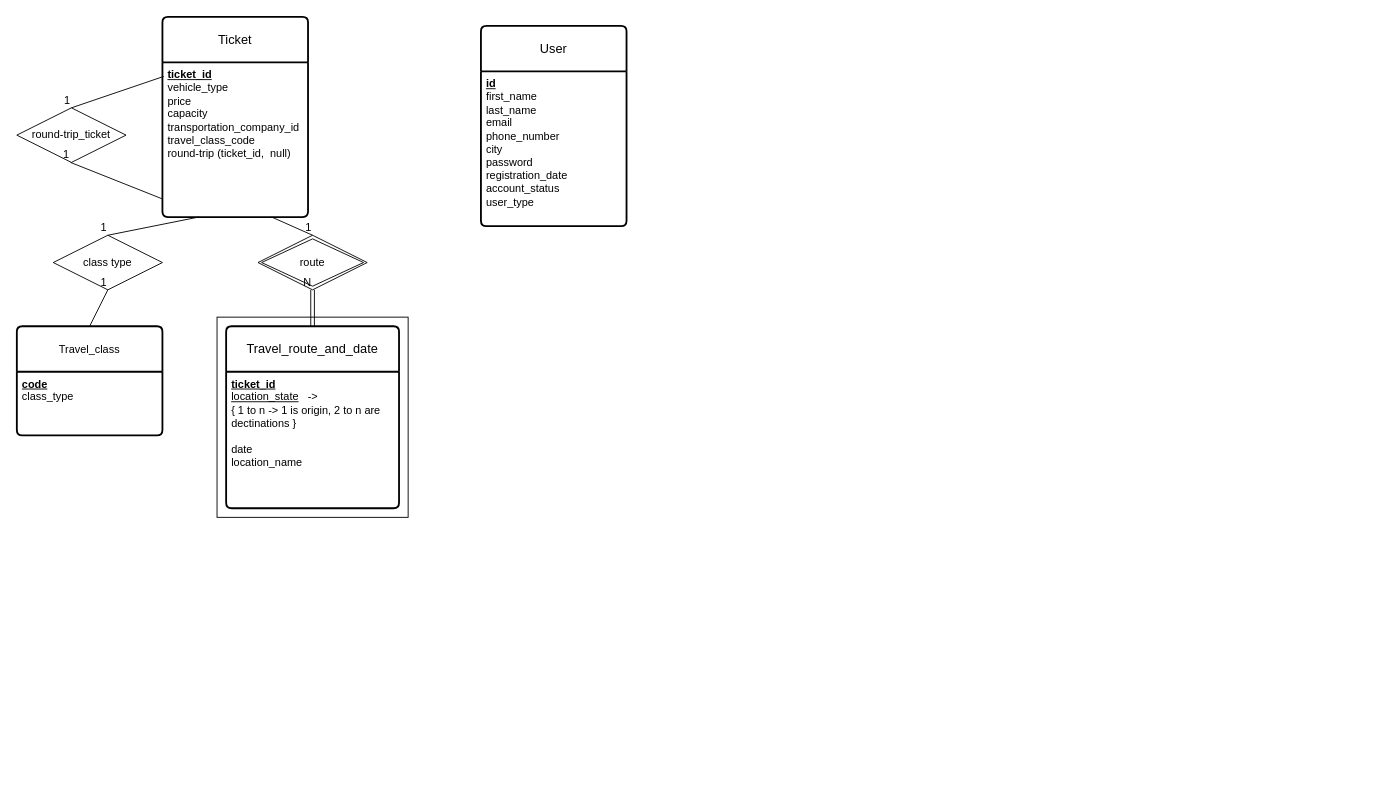
The draw.io diagram Phase_1/ER.drawio in p-ktz/Rah_Balad, before the edit. Source tidied: cells renumbered, new cells numbered last; positions are measured from the earlier drawing's top-left corner, leaving out a move shared by most shapes. Both pictures are drawn from the tidied source at 91%, with x=0, y=0 at pixel (16, 16).
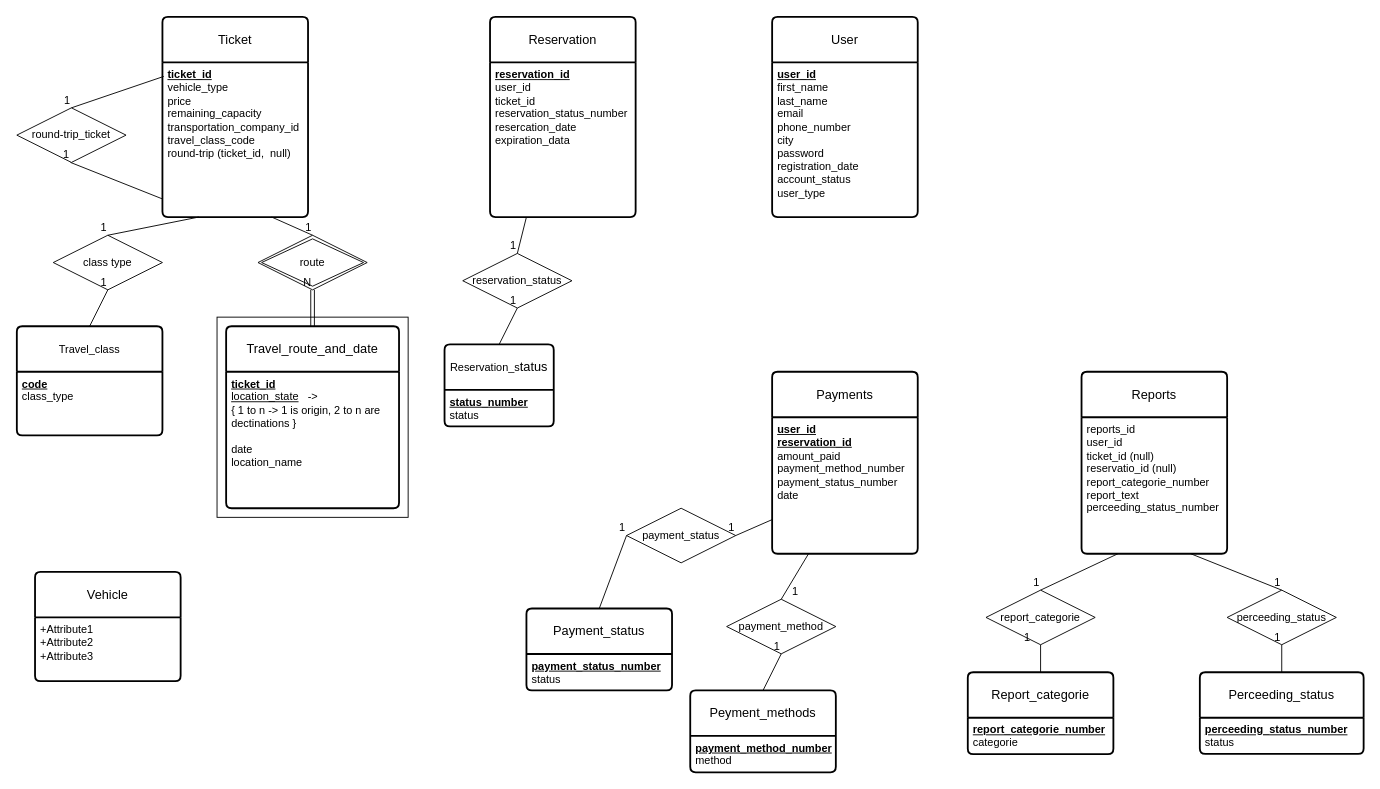
Above is the later version.

Commit message:
add reservation, payments, reports

The change refers to these unchanged cells:
```xml
<mxCell id="5" value="Ticket" style="swimlane;horizontal=1;startSize=50;rounded=1;fontSize=14;fontStyle=0;strokeWidth=2;shadow=0;dashed=0;align=center;arcSize=4;whiteSpace=wrap;html=1;" parent="1" vertex="1">
  <mxGeometry x="160" width="160" height="220" as="geometry" />
</mxCell>
```

Change to the diagram source:
```diff
@@
     <mxCell id="3" value="User" style="swimlane;horizontal=1;startSize=50;rounded=1;fontSize=14;fontStyle=0;strokeWidth=2;shadow=0;dashed=0;align=center;arcSize=4;whiteSpace=wrap;html=1;" parent="1" vertex="1">
-      <mxGeometry x="510" y="10" width="160" height="220" as="geometry" />
+      <mxGeometry x="830" width="160" height="220" as="geometry" />
     </mxCell>
-    <mxCell id="4" value="&lt;u&gt;&lt;b&gt;id&lt;/b&gt;&lt;/u&gt;&lt;div&gt;first_name&amp;nbsp;&lt;/div&gt;&lt;div&gt;last_name&amp;nbsp;&lt;/div&gt;&lt;div&gt;email&lt;/div&gt;&lt;div&gt;phone_number&lt;/div&gt;&lt;div&gt;city&lt;/div&gt;&lt;div&gt;password&lt;/div&gt;&lt;div&gt;registration_date&lt;/div&gt;&lt;div&gt;account_status&lt;/div&gt;&lt;div&gt;user_type&lt;/div&gt;" style="align=left;strokeColor=none;fillColor=none;spacingLeft=4;spacingRight=4;fontSize=12;verticalAlign=top;html=1;whiteSpace=wrap;" parent="3" vertex="1">
+    <mxCell id="4" value="&lt;u&gt;&lt;b&gt;user_id&lt;/b&gt;&lt;/u&gt;&lt;div&gt;first_name&amp;nbsp;&lt;/div&gt;&lt;div&gt;last_name&amp;nbsp;&lt;/div&gt;&lt;div&gt;email&lt;/div&gt;&lt;div&gt;phone_number&lt;/div&gt;&lt;div&gt;city&lt;/div&gt;&lt;div&gt;password&lt;/div&gt;&lt;div&gt;registration_date&lt;/div&gt;&lt;div&gt;account_status&lt;/div&gt;&lt;div&gt;user_type&lt;/div&gt;" style="align=left;strokeColor=none;fillColor=none;spacingLeft=4;spacingRight=4;fontSize=12;verticalAlign=top;html=1;whiteSpace=wrap;" parent="3" vertex="1">
       <mxGeometry y="50" width="160" height="170" as="geometry" />
     </mxCell>
@@
-    <mxCell id="6" value="&lt;b&gt;&lt;u&gt;ticket_id&lt;/u&gt;&lt;/b&gt;&lt;div&gt;vehicle_type&lt;/div&gt;&lt;div&gt;price&lt;/div&gt;&lt;div&gt;capacity&lt;/div&gt;&lt;div&gt;transportation_company_id&lt;/div&gt;&lt;div&gt;travel_class_code&lt;/div&gt;&lt;div&gt;round-trip (ticket_id,&amp;nbsp; null)&lt;/div&gt;" style="align=left;strokeColor=none;fillColor=none;spacingLeft=4;spacingRight=4;fontSize=12;verticalAlign=top;html=1;whiteSpace=wrap;" parent="5" vertex="1">
+    <mxCell id="6" value="&lt;b&gt;&lt;u&gt;ticket_id&lt;/u&gt;&lt;/b&gt;&lt;div&gt;vehicle_type&lt;/div&gt;&lt;div&gt;price&lt;/div&gt;&lt;div&gt;remaining_capacity&lt;/div&gt;&lt;div&gt;transportation_company_id&lt;/div&gt;&lt;div&gt;travel_class_code&lt;/div&gt;&lt;div&gt;round-trip (ticket_id,&amp;nbsp; null)&lt;/div&gt;" style="align=left;strokeColor=none;fillColor=none;spacingLeft=4;spacingRight=4;fontSize=12;verticalAlign=top;html=1;whiteSpace=wrap;" parent="5" vertex="1">
       <mxGeometry y="50" width="160" height="170" as="geometry" />
     </mxCell>
@@
+    <mxCell id="26" value="Reservation" style="swimlane;horizontal=1;startSize=50;rounded=1;fontSize=14;fontStyle=0;strokeWidth=2;shadow=0;dashed=0;align=center;arcSize=4;whiteSpace=wrap;html=1;" parent="1" vertex="1">
+      <mxGeometry x="520" width="160" height="220" as="geometry" />
+    </mxCell>
+    <mxCell id="27" value="&lt;div&gt;&lt;u&gt;&lt;b&gt;reservation_id&lt;/b&gt;&lt;/u&gt;&lt;/div&gt;user_id&lt;div&gt;ticket_id&lt;/div&gt;&lt;div&gt;reservation_status_number&lt;/div&gt;&lt;div&gt;resercation_date&lt;/div&gt;&lt;div&gt;expiration_data&lt;/div&gt;" style="align=left;strokeColor=none;fillColor=none;spacingLeft=4;spacingRight=4;fontSize=12;verticalAlign=top;html=1;whiteSpace=wrap;" parent="26" vertex="1">
+      <mxGeometry y="50" width="160" height="170" as="geometry" />
+    </mxCell>
+    <mxCell id="28" value="reservation_status" style="shape=rhombus;perimeter=rhombusPerimeter;whiteSpace=wrap;html=1;align=center;" parent="1" vertex="1">
+      <mxGeometry x="490" y="260" width="120" height="60" as="geometry" />
+    </mxCell>
+    <mxCell id="29" value="&lt;span style=&quot;font-size: 12px;&quot;&gt;Reservation_s&lt;/span&gt;tatus" style="swimlane;horizontal=1;startSize=50;rounded=1;fontSize=14;fontStyle=0;strokeWidth=2;shadow=0;dashed=0;align=center;arcSize=4;whiteSpace=wrap;html=1;" parent="1" vertex="1">
+      <mxGeometry x="470" y="360" width="120" height="90" as="geometry" />
+    </mxCell>
+    <mxCell id="30" value="&lt;b&gt;&lt;u&gt;status_number&lt;/u&gt;&lt;/b&gt;&lt;div&gt;status&lt;/div&gt;" style="align=left;strokeColor=none;fillColor=none;spacingLeft=4;spacingRight=4;fontSize=12;verticalAlign=top;html=1;whiteSpace=wrap;" parent="29" vertex="1">
+      <mxGeometry y="50" width="120" height="40" as="geometry" />
+    </mxCell>
+    <mxCell id="31" style="endArrow=none;html=1;rounded=0;exitX=0.5;exitY=0;exitDx=0;exitDy=0;entryX=0.5;entryY=1;entryDx=0;entryDy=0;" parent="1" edge="1" source="29" target="28">
+      <mxGeometry relative="1" as="geometry" />
+    </mxCell>
+    <mxCell id="32" value="1" style="html=1;whiteSpace=wrap;align=right;verticalAlign=bottom;" parent="31" vertex="1">
+      <mxGeometry x="1" relative="1" as="geometry" />
+    </mxCell>
+    <mxCell id="33" style="endArrow=none;html=1;rounded=0;entryX=0.5;entryY=0;entryDx=0;entryDy=0;exitX=0.25;exitY=1;exitDx=0;exitDy=0;" parent="1" edge="1" source="27" target="28">
+      <mxGeometry relative="1" as="geometry" />
+    </mxCell>
+    <mxCell id="34" value="1" style="html=1;whiteSpace=wrap;align=right;verticalAlign=bottom;" parent="33" vertex="1">
+      <mxGeometry x="1" relative="1" as="geometry" />
+    </mxCell>
+    <mxCell id="35" value="Payments" style="swimlane;horizontal=1;startSize=50;rounded=1;fontSize=14;fontStyle=0;strokeWidth=2;shadow=0;dashed=0;align=center;arcSize=4;whiteSpace=wrap;html=1;" parent="1" vertex="1">
+      <mxGeometry x="830" y="390" width="160" height="200" as="geometry" />
+    </mxCell>
+    <mxCell id="36" value="&lt;b&gt;&lt;u&gt;user_id&lt;/u&gt;&lt;/b&gt;&lt;div&gt;&lt;b&gt;&lt;u&gt;reservation_id&lt;/u&gt;&lt;/b&gt;&lt;/div&gt;&lt;div&gt;amount_paid&lt;/div&gt;&lt;div&gt;payment_method_number&lt;/div&gt;&lt;div&gt;payment_status_number&lt;/div&gt;&lt;div&gt;date&lt;/div&gt;" style="align=left;strokeColor=none;fillColor=none;spacingLeft=4;spacingRight=4;fontSize=12;verticalAlign=top;html=1;whiteSpace=wrap;" parent="35" vertex="1">
+      <mxGeometry y="50" width="160" height="150" as="geometry" />
+    </mxCell>
+    <mxCell id="37" value="payment_method" style="shape=rhombus;perimeter=rhombusPerimeter;whiteSpace=wrap;html=1;align=center;" parent="1" vertex="1">
+      <mxGeometry x="780" y="640" width="120" height="60" as="geometry" />
+    </mxCell>
+    <mxCell id="38" value="Peyment_methods" style="swimlane;horizontal=1;startSize=50;rounded=1;fontSize=14;fontStyle=0;strokeWidth=2;shadow=0;dashed=0;align=center;arcSize=4;whiteSpace=wrap;html=1;" parent="1" vertex="1">
+      <mxGeometry x="740" y="740.2" width="160" height="90" as="geometry" />
+    </mxCell>
+    <mxCell id="39" value="&lt;div&gt;&lt;b&gt;&lt;u&gt;payment_method_number&lt;/u&gt;&lt;/b&gt;&lt;/div&gt;&lt;div&gt;method&lt;/div&gt;" style="align=left;strokeColor=none;fillColor=none;spacingLeft=4;spacingRight=4;fontSize=12;verticalAlign=top;html=1;whiteSpace=wrap;" parent="38" vertex="1">
+      <mxGeometry y="50" width="160" height="40" as="geometry" />
+    </mxCell>
+    <mxCell id="40" style="endArrow=none;html=1;rounded=0;exitX=0.5;exitY=0;exitDx=0;exitDy=0;entryX=0.5;entryY=1;entryDx=0;entryDy=0;" parent="1" edge="1" source="38" target="37">
+      <mxGeometry relative="1" as="geometry" />
+    </mxCell>
+    <mxCell id="41" value="1" style="html=1;whiteSpace=wrap;align=right;verticalAlign=bottom;" parent="40" vertex="1">
+      <mxGeometry x="1" relative="1" as="geometry" />
+    </mxCell>
+    <mxCell id="42" value="1" style="html=1;whiteSpace=wrap;align=right;verticalAlign=bottom;" parent="1" vertex="1">
+      <mxGeometry x="860.1" y="640" as="geometry" />
+    </mxCell>
+    <mxCell id="43" style="endArrow=none;html=1;rounded=0;entryX=0.5;entryY=0;entryDx=0;entryDy=0;exitX=0.25;exitY=1;exitDx=0;exitDy=0;" parent="1" edge="1" source="36" target="37">
+      <mxGeometry relative="1" as="geometry" />
+    </mxCell>
+    <mxCell id="44" value="payment_status" style="shape=rhombus;perimeter=rhombusPerimeter;whiteSpace=wrap;html=1;align=center;" parent="1" vertex="1">
+      <mxGeometry x="670" y="540" width="120" height="60" as="geometry" />
+    </mxCell>
+    <mxCell id="45" value="Payment_status" style="swimlane;horizontal=1;startSize=50;rounded=1;fontSize=14;fontStyle=0;strokeWidth=2;shadow=0;dashed=0;align=center;arcSize=4;whiteSpace=wrap;html=1;" parent="1" vertex="1">
+      <mxGeometry x="560" y="650.2" width="160" height="90" as="geometry" />
+    </mxCell>
+    <mxCell id="46" value="&lt;div&gt;&lt;b&gt;&lt;u&gt;payment_status_number&lt;/u&gt;&lt;/b&gt;&lt;/div&gt;&lt;div&gt;status&lt;/div&gt;" style="align=left;strokeColor=none;fillColor=none;spacingLeft=4;spacingRight=4;fontSize=12;verticalAlign=top;html=1;whiteSpace=wrap;" parent="45" vertex="1">
+      <mxGeometry y="50" width="160" height="40" as="geometry" />
+    </mxCell>
+    <mxCell id="47" style="endArrow=none;html=1;rounded=0;exitX=0.5;exitY=0;exitDx=0;exitDy=0;entryX=0;entryY=0.5;entryDx=0;entryDy=0;" parent="1" edge="1" source="45" target="44">
+      <mxGeometry relative="1" as="geometry" />
+    </mxCell>
+    <mxCell id="48" value="1" style="html=1;whiteSpace=wrap;align=right;verticalAlign=bottom;" parent="47" vertex="1">
+      <mxGeometry x="1" relative="1" as="geometry" />
+    </mxCell>
+    <mxCell id="49" style="endArrow=none;html=1;rounded=0;entryX=1;entryY=0.5;entryDx=0;entryDy=0;exitX=0;exitY=0.75;exitDx=0;exitDy=0;" parent="1" edge="1" source="36" target="44">
+      <mxGeometry relative="1" as="geometry" />
+    </mxCell>
+    <mxCell id="50" value="1" style="html=1;whiteSpace=wrap;align=right;verticalAlign=bottom;" parent="49" vertex="1">
+      <mxGeometry x="1" relative="1" as="geometry" />
+    </mxCell>
+    <mxCell id="51" value="Reports" style="swimlane;horizontal=1;startSize=50;rounded=1;fontSize=14;fontStyle=0;strokeWidth=2;shadow=0;dashed=0;align=center;arcSize=4;whiteSpace=wrap;html=1;" parent="1" vertex="1">
+      <mxGeometry x="1170" y="390" width="160" height="200" as="geometry" />
+    </mxCell>
+    <mxCell id="52" value="reports_id&lt;div&gt;user_id&lt;/div&gt;&lt;div&gt;ticket_id (null)&lt;/div&gt;&lt;div&gt;reservatio_id (null)&lt;/div&gt;&lt;div&gt;report_categorie_number&lt;/div&gt;&lt;div&gt;report_text&amp;nbsp;&lt;/div&gt;&lt;div&gt;perceeding_status_number&lt;/div&gt;" style="align=left;strokeColor=none;fillColor=none;spacingLeft=4;spacingRight=4;fontSize=12;verticalAlign=top;html=1;whiteSpace=wrap;" parent="51" vertex="1">
+      <mxGeometry y="50" width="160" height="150" as="geometry" />
+    </mxCell>
+    <mxCell id="53" value="report_categorie" style="shape=rhombus;perimeter=rhombusPerimeter;whiteSpace=wrap;html=1;align=center;" parent="1" vertex="1">
+      <mxGeometry x="1065" y="630" width="120" height="60" as="geometry" />
+    </mxCell>
+    <mxCell id="54" value="&lt;font&gt;Report_categorie&lt;/font&gt;" style="swimlane;horizontal=1;startSize=50;rounded=1;fontSize=14;fontStyle=0;strokeWidth=2;shadow=0;dashed=0;align=center;arcSize=4;whiteSpace=wrap;html=1;" parent="1" vertex="1">
+      <mxGeometry x="1045" y="720.2" width="160" height="90" as="geometry" />
+    </mxCell>
+    <mxCell id="55" value="&lt;div&gt;&lt;b&gt;&lt;u&gt;report_categorie_number&lt;/u&gt;&lt;/b&gt;&lt;/div&gt;&lt;div&gt;categorie&lt;/div&gt;" style="align=left;strokeColor=none;fillColor=none;spacingLeft=4;spacingRight=4;fontSize=12;verticalAlign=top;html=1;whiteSpace=wrap;" parent="54" vertex="1">
+      <mxGeometry y="50" width="160" height="40" as="geometry" />
+    </mxCell>
+    <mxCell id="56" style="endArrow=none;html=1;rounded=0;exitX=0.5;exitY=0;exitDx=0;exitDy=0;entryX=0.5;entryY=1;entryDx=0;entryDy=0;" parent="1" edge="1" source="54" target="53">
+      <mxGeometry relative="1" as="geometry" />
+    </mxCell>
+    <mxCell id="57" value="1" style="html=1;whiteSpace=wrap;align=right;verticalAlign=bottom;" parent="56" vertex="1">
+      <mxGeometry x="1" relative="1" as="geometry">
+        <mxPoint x="-10" as="offset" />
+      </mxGeometry>
+    </mxCell>
+    <mxCell id="58" style="endArrow=none;html=1;rounded=0;entryX=0.5;entryY=0;entryDx=0;entryDy=0;exitX=0.25;exitY=1;exitDx=0;exitDy=0;" parent="1" edge="1" source="52" target="53">
+      <mxGeometry relative="1" as="geometry" />
+    </mxCell>
+    <mxCell id="59" value="1" style="html=1;whiteSpace=wrap;align=right;verticalAlign=bottom;" parent="58" vertex="1">
+      <mxGeometry x="1" relative="1" as="geometry" />
+    </mxCell>
+    <mxCell id="60" value="&lt;span style=&quot;text-align: left;&quot;&gt;perceeding_status&lt;/span&gt;" style="shape=rhombus;perimeter=rhombusPerimeter;whiteSpace=wrap;html=1;align=center;" parent="1" vertex="1">
+      <mxGeometry x="1330" y="630" width="120" height="60" as="geometry" />
+    </mxCell>
+    <mxCell id="61" value="&lt;span style=&quot;text-align: left;&quot;&gt;&lt;font&gt;Perceeding_status&lt;/font&gt;&lt;/span&gt;" style="swimlane;horizontal=1;startSize=50;rounded=1;fontSize=14;fontStyle=0;strokeWidth=2;shadow=0;dashed=0;align=center;arcSize=4;whiteSpace=wrap;html=1;" parent="1" vertex="1">
+      <mxGeometry x="1300" y="720.2" width="180" height="89.8" as="geometry" />
+    </mxCell>
+    <mxCell id="62" value="&lt;u&gt;&lt;b&gt;perceeding_status_number&lt;/b&gt;&lt;/u&gt;&lt;div&gt;status&lt;/div&gt;" style="align=left;strokeColor=none;fillColor=none;spacingLeft=4;spacingRight=4;fontSize=12;verticalAlign=top;html=1;whiteSpace=wrap;" parent="61" vertex="1">
+      <mxGeometry y="50" width="180" height="39.8" as="geometry" />
+    </mxCell>
+    <mxCell id="63" style="endArrow=none;html=1;rounded=0;entryX=0.5;entryY=0;entryDx=0;entryDy=0;exitX=0.75;exitY=1;exitDx=0;exitDy=0;" parent="1" edge="1" source="52" target="60">
+      <mxGeometry relative="1" as="geometry" />
+    </mxCell>
+    <mxCell id="64" value="1" style="html=1;whiteSpace=wrap;align=right;verticalAlign=bottom;" parent="63" vertex="1">
+      <mxGeometry x="1" relative="1" as="geometry" />
+    </mxCell>
+    <mxCell id="65" style="endArrow=none;html=1;rounded=0;entryX=0.5;entryY=1;entryDx=0;entryDy=0;exitX=0.5;exitY=0;exitDx=0;exitDy=0;" parent="1" edge="1" source="61" target="60">
+      <mxGeometry relative="1" as="geometry" />
+    </mxCell>
+    <mxCell id="66" value="1" style="html=1;whiteSpace=wrap;align=right;verticalAlign=bottom;" parent="65" vertex="1">
+      <mxGeometry x="1" relative="1" as="geometry" />
+    </mxCell>
+    <mxCell id="67" value="Vehicle" style="swimlane;horizontal=1;startSize=50;rounded=1;fontSize=14;fontStyle=0;strokeWidth=2;shadow=0;dashed=0;align=center;arcSize=4;whiteSpace=wrap;html=1;" parent="1" vertex="1">
+      <mxGeometry x="20" y="610" width="160" height="120" as="geometry" />
+    </mxCell>
+    <mxCell id="68" value="+Attribute1&#10;+Attribute2&#10;+Attribute3" style="align=left;strokeColor=none;fillColor=none;spacingLeft=4;spacingRight=4;fontSize=12;verticalAlign=top;html=1;whiteSpace=wrap;" parent="67" vertex="1">
+      <mxGeometry y="50" width="160" height="70" as="geometry" />
+    </mxCell>
```
